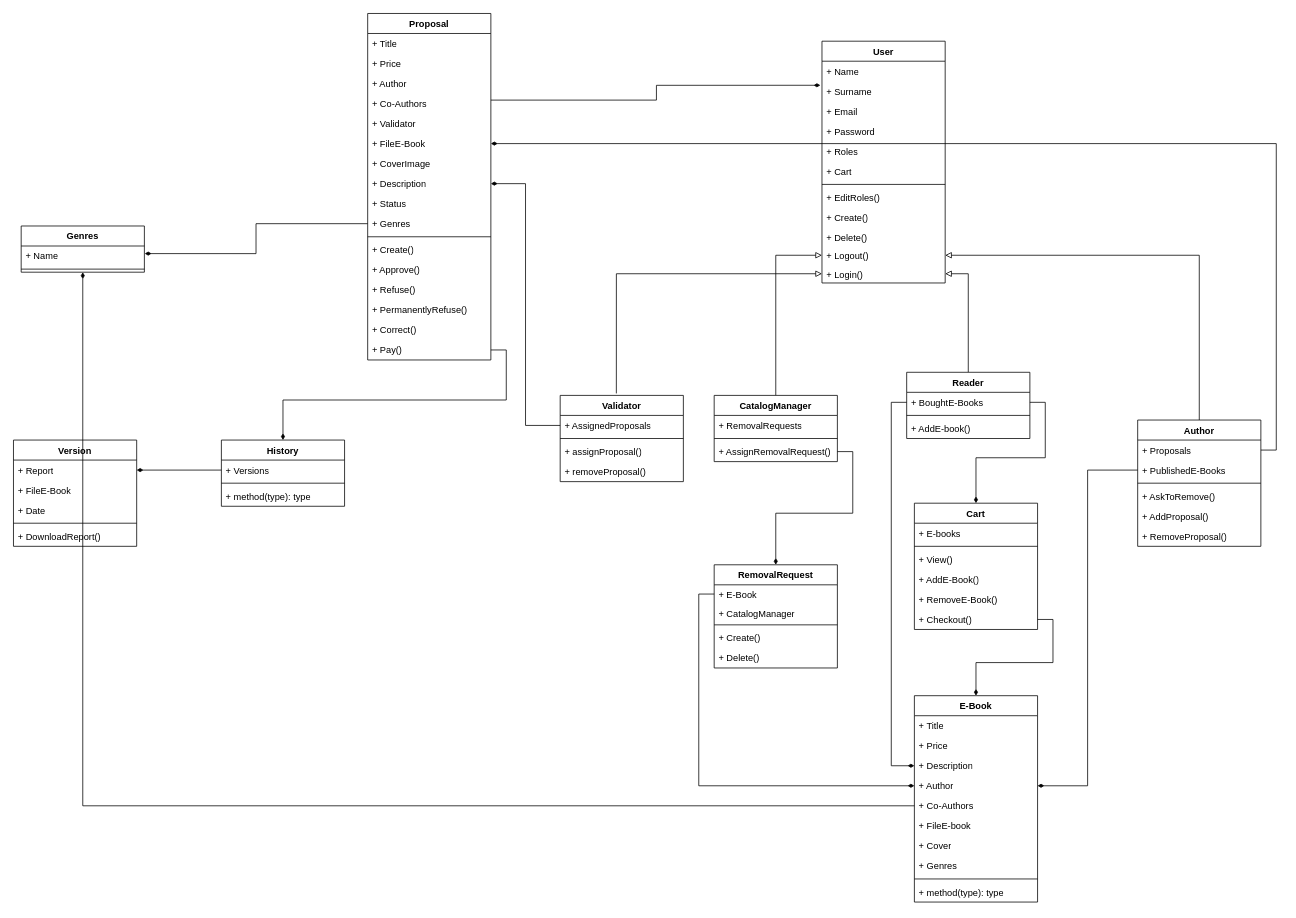
The draw.io diagram Deliverables/ClassDiagram.drawio in Dabi1290/BookVerse, before the edit. Source tidied: cells renumbered, new cells numbered last; positions are measured from the earlier drawing's top-left corner, leaving out a move shared by most shapes. Both pictures are drawn from the tidied source at 77%, with x=0, y=0 at pixel (13, 13).
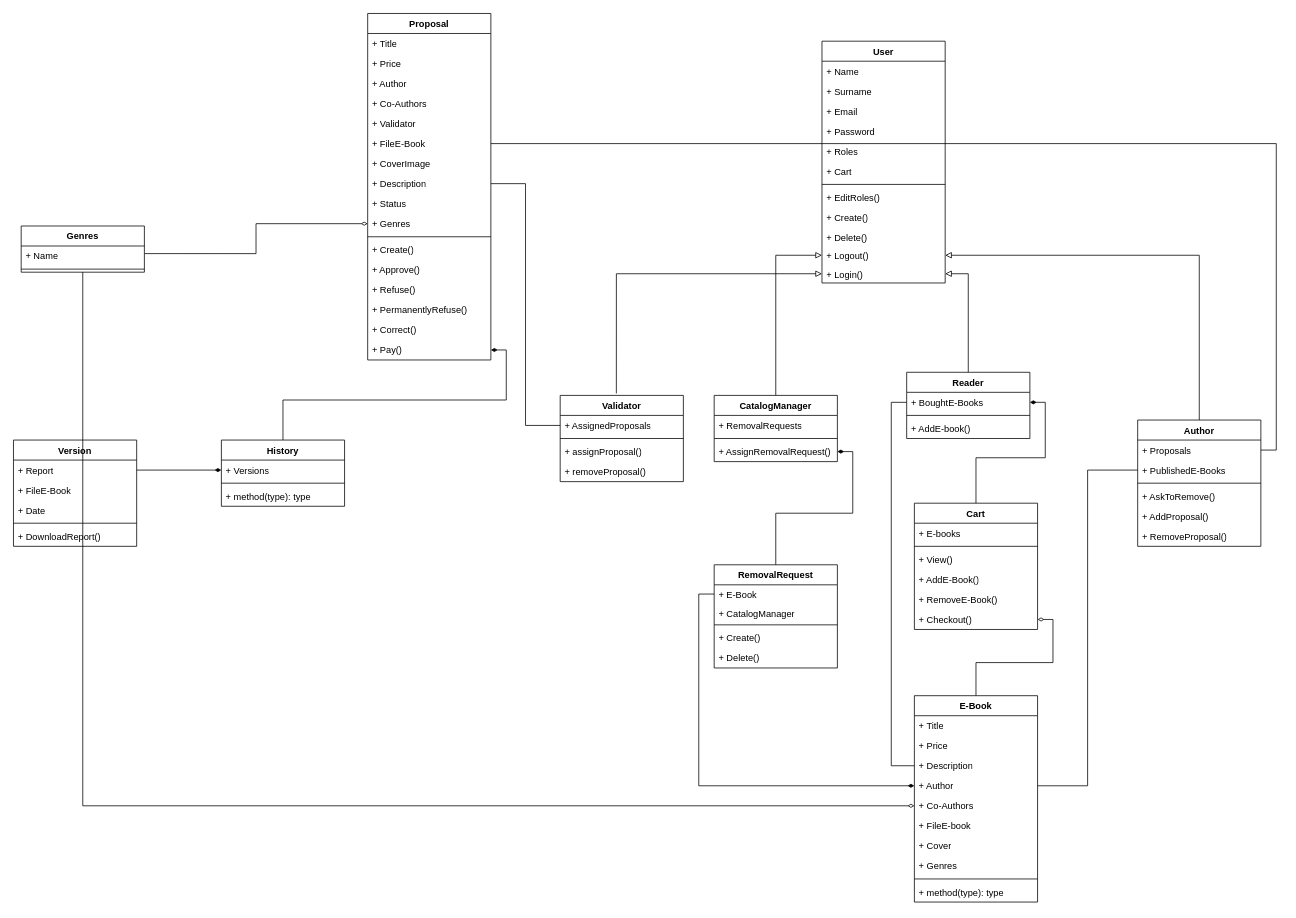
The same diagram, later.

The change refers to these unchanged cells:
```xml
<mxCell id="2" value="Proposal" style="swimlane;fontStyle=1;align=center;verticalAlign=top;horizontal=1;startSize=26;whiteSpace=wrap;html=1;" parent="1" vertex="1">
  <mxGeometry x="460" width="160" height="450" as="geometry" />
</mxCell>
<mxCell id="8" value="+ FileE-Book" style="text;strokeColor=none;fillColor=none;align=left;verticalAlign=top;spacingLeft=4;spacingRight=4;overflow=hidden;points=[[0,0.5],[1,0.5]];portConstraint=eastwest;whiteSpace=wrap;html=1;" parent="2" vertex="1">
  <mxGeometry y="156" width="160" height="26" as="geometry" />
</mxCell>
<mxCell id="10" value="+ Description" style="text;strokeColor=none;fillColor=none;align=left;verticalAlign=top;spacingLeft=4;spacingRight=4;overflow=hidden;points=[[0,0.5],[1,0.5]];portConstraint=eastwest;whiteSpace=wrap;html=1;" parent="2" vertex="1">
  <mxGeometry y="208" width="160" height="26" as="geometry" />
</mxCell>
<mxCell id="12" value="+ Genres" style="text;strokeColor=none;fillColor=none;align=left;verticalAlign=top;spacingLeft=4;spacingRight=4;overflow=hidden;points=[[0,0.5],[1,0.5]];portConstraint=eastwest;whiteSpace=wrap;html=1;" parent="2" vertex="1">
  <mxGeometry y="260" width="160" height="26" as="geometry" />
</mxCell>
<mxCell id="19" value="+ Pay()" style="text;strokeColor=none;fillColor=none;align=left;verticalAlign=top;spacingLeft=4;spacingRight=4;overflow=hidden;points=[[0,0.5],[1,0.5]];portConstraint=eastwest;whiteSpace=wrap;html=1;" parent="2" vertex="1">
  <mxGeometry y="424" width="160" height="26" as="geometry" />
</mxCell>
<mxCell id="20" value="History" style="swimlane;fontStyle=1;align=center;verticalAlign=top;horizontal=1;startSize=26;whiteSpace=wrap;html=1;" parent="1" vertex="1">
  <mxGeometry x="270" y="554" width="160" height="86" as="geometry" />
</mxCell>
<mxCell id="21" value="+ Versions" style="text;strokeColor=none;fillColor=none;align=left;verticalAlign=top;spacingLeft=4;spacingRight=4;overflow=hidden;points=[[0,0.5],[1,0.5]];portConstraint=eastwest;whiteSpace=wrap;html=1;" parent="20" vertex="1">
  <mxGeometry y="26" width="160" height="26" as="geometry" />
</mxCell>
<mxCell id="24" value="Cart" style="swimlane;fontStyle=1;align=center;verticalAlign=top;horizontal=1;startSize=26;whiteSpace=wrap;html=1;" parent="1" vertex="1">
  <mxGeometry x="1170" y="636" width="160" height="164" as="geometry" />
</mxCell>
<mxCell id="30" value="+ Checkout()" style="text;strokeColor=none;fillColor=none;align=left;verticalAlign=top;spacingLeft=4;spacingRight=4;overflow=hidden;points=[[0,0.5],[1,0.5]];portConstraint=eastwest;whiteSpace=wrap;html=1;" parent="24" vertex="1">
  <mxGeometry y="138" width="160" height="26" as="geometry" />
</mxCell>
<mxCell id="31" value="E-Book" style="swimlane;fontStyle=1;align=center;verticalAlign=top;horizontal=1;startSize=26;whiteSpace=wrap;html=1;" parent="1" vertex="1">
  <mxGeometry x="1170" y="886" width="160" height="268" as="geometry" />
</mxCell>
<mxCell id="34" value="+ Description" style="text;strokeColor=none;fillColor=none;align=left;verticalAlign=top;spacingLeft=4;spacingRight=4;overflow=hidden;points=[[0,0.5],[1,0.5]];portConstraint=eastwest;whiteSpace=wrap;html=1;" parent="31" vertex="1">
  <mxGeometry y="78" width="160" height="26" as="geometry" />
</mxCell>
<mxCell id="35" value="+ Author" style="text;strokeColor=none;fillColor=none;align=left;verticalAlign=top;spacingLeft=4;spacingRight=4;overflow=hidden;points=[[0,0.5],[1,0.5]];portConstraint=eastwest;whiteSpace=wrap;html=1;" parent="31" vertex="1">
  <mxGeometry y="104" width="160" height="26" as="geometry" />
</mxCell>
<mxCell id="36" value="+ Co-Authors" style="text;strokeColor=none;fillColor=none;align=left;verticalAlign=top;spacingLeft=4;spacingRight=4;overflow=hidden;points=[[0,0.5],[1,0.5]];portConstraint=eastwest;whiteSpace=wrap;html=1;" parent="31" vertex="1">
  <mxGeometry y="130" width="160" height="26" as="geometry" />
</mxCell>
<mxCell id="42" value="RemovalRequest" style="swimlane;fontStyle=1;align=center;verticalAlign=top;horizontal=1;startSize=26;whiteSpace=wrap;html=1;" parent="1" vertex="1">
  <mxGeometry x="910" y="716" width="160" height="134" as="geometry" />
</mxCell>
<mxCell id="48" value="Genres" style="swimlane;fontStyle=1;align=center;verticalAlign=top;horizontal=1;startSize=26;whiteSpace=wrap;html=1;" parent="1" vertex="1">
  <mxGeometry x="10" y="276" width="160" height="60" as="geometry" />
</mxCell>
<mxCell id="49" value="+ Name" style="text;strokeColor=none;fillColor=none;align=left;verticalAlign=top;spacingLeft=4;spacingRight=4;overflow=hidden;points=[[0,0.5],[1,0.5]];portConstraint=eastwest;whiteSpace=wrap;html=1;" parent="48" vertex="1">
  <mxGeometry y="26" width="160" height="26" as="geometry" />
</mxCell>
<mxCell id="52" value="+ Report" style="text;strokeColor=none;fillColor=none;align=left;verticalAlign=top;spacingLeft=4;spacingRight=4;overflow=hidden;points=[[0,0.5],[1,0.5]];portConstraint=eastwest;whiteSpace=wrap;html=1;" parent="51" vertex="1">
  <mxGeometry y="26" width="160" height="26" as="geometry" />
</mxCell>
<mxCell id="59" value="+ Surname" style="text;strokeColor=none;fillColor=none;align=left;verticalAlign=top;spacingLeft=4;spacingRight=4;overflow=hidden;points=[[0,0.5],[1,0.5]];portConstraint=eastwest;whiteSpace=wrap;html=1;" parent="57" vertex="1">
  <mxGeometry y="52" width="160" height="26" as="geometry" />
</mxCell>
<mxCell id="77" value="+ AssignedProposals" style="text;strokeColor=none;fillColor=none;align=left;verticalAlign=top;spacingLeft=4;spacingRight=4;overflow=hidden;points=[[0,0.5],[1,0.5]];portConstraint=eastwest;whiteSpace=wrap;html=1;" parent="76" vertex="1">
  <mxGeometry y="26" width="160" height="26" as="geometry" />
</mxCell>
<mxCell id="82" value="+ BoughtE-Books" style="text;strokeColor=none;fillColor=none;align=left;verticalAlign=top;spacingLeft=4;spacingRight=4;overflow=hidden;points=[[0,0.5],[1,0.5]];portConstraint=eastwest;whiteSpace=wrap;html=1;" parent="81" vertex="1">
  <mxGeometry y="26" width="160" height="26" as="geometry" />
</mxCell>
<mxCell id="86" value="+ Proposals" style="text;strokeColor=none;fillColor=none;align=left;verticalAlign=top;spacingLeft=4;spacingRight=4;overflow=hidden;points=[[0,0.5],[1,0.5]];portConstraint=eastwest;whiteSpace=wrap;html=1;" parent="85" vertex="1">
  <mxGeometry y="26" width="160" height="26" as="geometry" />
</mxCell>
<mxCell id="87" value="+ PublishedE-Books" style="text;strokeColor=none;fillColor=none;align=left;verticalAlign=top;spacingLeft=4;spacingRight=4;overflow=hidden;points=[[0,0.5],[1,0.5]];portConstraint=eastwest;whiteSpace=wrap;html=1;" parent="85" vertex="1">
  <mxGeometry y="52" width="160" height="26" as="geometry" />
</mxCell>
<mxCell id="96" value="+ AssignRemovalRequest()" style="text;strokeColor=none;fillColor=none;align=left;verticalAlign=top;spacingLeft=4;spacingRight=4;overflow=hidden;points=[[0,0.5],[1,0.5]];portConstraint=eastwest;whiteSpace=wrap;html=1;" parent="93" vertex="1">
  <mxGeometry y="60" width="160" height="26" as="geometry" />
</mxCell>
```

Diff of the diagram source:
```diff
@@
-    <mxCell id="70" style="edgeStyle=orthogonalEdgeStyle;rounded=0;jettySize=auto;html=1;exitX=1;exitY=0.25;exitDx=0;exitDy=0;entryX=-0.013;entryY=0.202;entryDx=0;entryDy=0;entryPerimeter=0;endArrow=diamondThin;endFill=1;" parent="1" edge="1" source="2" target="59">
-      <mxGeometry relative="1" as="geometry" />
-    </mxCell>
-    <mxCell id="71" style="edgeStyle=orthogonalEdgeStyle;rounded=0;jettySize=auto;html=1;exitX=1;exitY=0.5;exitDx=0;exitDy=0;entryX=0.5;entryY=0;entryDx=0;entryDy=0;endArrow=diamondThin;endFill=1;" parent="1" edge="1" source="19" target="20">
+    <mxCell id="71" style="edgeStyle=orthogonalEdgeStyle;rounded=0;jettySize=auto;html=1;exitX=1;exitY=0.5;exitDx=0;exitDy=0;entryX=0.5;entryY=0;entryDx=0;entryDy=0;endArrow=none;endFill=0;startArrow=diamondThin;startFill=1;" parent="1" edge="1" source="19" target="20">
       <mxGeometry relative="1" as="geometry" />
     </mxCell>
-    <mxCell id="72" style="edgeStyle=orthogonalEdgeStyle;rounded=0;jettySize=auto;html=1;exitX=1;exitY=0.5;exitDx=0;exitDy=0;entryX=0.5;entryY=0;entryDx=0;entryDy=0;endArrow=diamondThin;endFill=1;" parent="1" edge="1" source="30" target="31">
+    <mxCell id="72" style="edgeStyle=orthogonalEdgeStyle;rounded=0;jettySize=auto;html=1;exitX=1;exitY=0.5;exitDx=0;exitDy=0;entryX=0.5;entryY=0;entryDx=0;entryDy=0;endArrow=none;endFill=0;startArrow=diamondThin;startFill=0;" parent="1" edge="1" source="30" target="31">
       <mxGeometry relative="1" as="geometry" />
     </mxCell>
@@
-    <mxCell id="97" style="edgeStyle=orthogonalEdgeStyle;rounded=0;jettySize=auto;html=1;exitX=0;exitY=0.5;exitDx=0;exitDy=0;entryX=0;entryY=0.5;entryDx=0;entryDy=0;endArrow=diamondThin;endFill=1;" parent="1" edge="1" source="82" target="34">
+    <mxCell id="97" style="edgeStyle=orthogonalEdgeStyle;rounded=0;jettySize=auto;html=1;exitX=0;exitY=0.5;exitDx=0;exitDy=0;entryX=0;entryY=0.5;entryDx=0;entryDy=0;endArrow=none;endFill=0;" parent="1" edge="1" source="82" target="34">
       <mxGeometry relative="1" as="geometry" />
     </mxCell>
-    <mxCell id="98" style="edgeStyle=orthogonalEdgeStyle;rounded=0;jettySize=auto;html=1;exitX=1;exitY=0.5;exitDx=0;exitDy=0;entryX=0.5;entryY=0;entryDx=0;entryDy=0;endArrow=diamondThin;endFill=1;" parent="1" edge="1" source="82" target="24">
+    <mxCell id="98" style="edgeStyle=orthogonalEdgeStyle;rounded=0;jettySize=auto;html=1;exitX=1;exitY=0.5;exitDx=0;exitDy=0;entryX=0.5;entryY=0;entryDx=0;entryDy=0;endArrow=none;endFill=0;startArrow=diamondThin;startFill=1;" parent="1" edge="1" source="82" target="24">
       <mxGeometry relative="1" as="geometry" />
     </mxCell>
-    <mxCell id="99" style="edgeStyle=orthogonalEdgeStyle;rounded=0;jettySize=auto;html=1;exitX=0;exitY=0.5;exitDx=0;exitDy=0;entryX=0.5;entryY=1;entryDx=0;entryDy=0;endArrow=diamondThin;endFill=1;" parent="1" edge="1" source="36" target="48">
+    <mxCell id="99" style="edgeStyle=orthogonalEdgeStyle;rounded=0;jettySize=auto;html=1;exitX=0;exitY=0.5;exitDx=0;exitDy=0;entryX=0.5;entryY=1;entryDx=0;entryDy=0;endArrow=none;endFill=0;startArrow=diamondThin;startFill=0;" parent="1" edge="1" source="36" target="48">
       <mxGeometry relative="1" as="geometry">
         <Array as="points">
           <mxPoint x="90" y="1029" />
         </Array>
       </mxGeometry>
     </mxCell>
@@
-    <mxCell id="101" style="edgeStyle=orthogonalEdgeStyle;rounded=0;jettySize=auto;html=1;exitX=0;exitY=0.5;exitDx=0;exitDy=0;entryX=1.003;entryY=0.379;entryDx=0;entryDy=0;entryPerimeter=0;endArrow=diamondThin;endFill=1;" parent="1" edge="1" source="12" target="49">
+    <mxCell id="101" style="edgeStyle=orthogonalEdgeStyle;rounded=0;jettySize=auto;html=1;exitX=0;exitY=0.5;exitDx=0;exitDy=0;entryX=1.003;entryY=0.379;entryDx=0;entryDy=0;entryPerimeter=0;endArrow=none;endFill=0;startArrow=diamondThin;startFill=0;" parent="1" edge="1" source="12" target="49">
       <mxGeometry relative="1" as="geometry" />
     </mxCell>
-    <mxCell id="102" style="edgeStyle=orthogonalEdgeStyle;rounded=0;jettySize=auto;html=1;exitX=0;exitY=0.5;exitDx=0;exitDy=0;entryX=1;entryY=0.5;entryDx=0;entryDy=0;endArrow=diamondThin;endFill=1;" parent="1" edge="1" source="21" target="52">
+    <mxCell id="102" style="edgeStyle=orthogonalEdgeStyle;rounded=0;jettySize=auto;html=1;exitX=0;exitY=0.5;exitDx=0;exitDy=0;entryX=1;entryY=0.5;entryDx=0;entryDy=0;endArrow=none;endFill=0;startArrow=diamondThin;startFill=1;" parent="1" edge="1" source="21" target="52">
       <mxGeometry relative="1" as="geometry" />
     </mxCell>
-    <mxCell id="103" style="edgeStyle=orthogonalEdgeStyle;rounded=0;jettySize=auto;html=1;exitX=1;exitY=0.5;exitDx=0;exitDy=0;entryX=0.5;entryY=0;entryDx=0;entryDy=0;endArrow=diamondThin;endFill=1;" parent="1" edge="1" source="96" target="42">
+    <mxCell id="103" style="edgeStyle=orthogonalEdgeStyle;rounded=0;jettySize=auto;html=1;exitX=1;exitY=0.5;exitDx=0;exitDy=0;entryX=0.5;entryY=0;entryDx=0;entryDy=0;endArrow=none;endFill=0;startArrow=diamondThin;startFill=1;" parent="1" edge="1" source="96" target="42">
       <mxGeometry relative="1" as="geometry" />
     </mxCell>
-    <mxCell id="104" style="edgeStyle=orthogonalEdgeStyle;rounded=0;jettySize=auto;html=1;exitX=1;exitY=0.5;exitDx=0;exitDy=0;entryX=1;entryY=0.5;entryDx=0;entryDy=0;endArrow=diamondThin;endFill=1;" parent="1" edge="1" source="86" target="8">
+    <mxCell id="104" style="edgeStyle=orthogonalEdgeStyle;rounded=0;jettySize=auto;html=1;exitX=1;exitY=0.5;exitDx=0;exitDy=0;entryX=1;entryY=0.5;entryDx=0;entryDy=0;endArrow=none;endFill=0;" parent="1" edge="1" source="86" target="8">
       <mxGeometry relative="1" as="geometry" />
     </mxCell>
-    <mxCell id="105" style="edgeStyle=orthogonalEdgeStyle;rounded=0;jettySize=auto;html=1;exitX=0;exitY=0.5;exitDx=0;exitDy=0;entryX=1;entryY=0.5;entryDx=0;entryDy=0;endArrow=diamondThin;endFill=1;" parent="1" edge="1" source="87" target="35">
+    <mxCell id="105" style="edgeStyle=orthogonalEdgeStyle;rounded=0;jettySize=auto;html=1;exitX=0;exitY=0.5;exitDx=0;exitDy=0;entryX=1;entryY=0.5;entryDx=0;entryDy=0;endArrow=none;endFill=0;" parent="1" edge="1" source="87" target="35">
       <mxGeometry relative="1" as="geometry" />
     </mxCell>
-    <mxCell id="106" style="edgeStyle=orthogonalEdgeStyle;rounded=0;jettySize=auto;html=1;exitX=0;exitY=0.5;exitDx=0;exitDy=0;entryX=1;entryY=0.5;entryDx=0;entryDy=0;endArrow=diamondThin;endFill=1;" parent="1" edge="1" source="77" target="10">
+    <mxCell id="106" style="edgeStyle=orthogonalEdgeStyle;rounded=0;jettySize=auto;html=1;exitX=0;exitY=0.5;exitDx=0;exitDy=0;entryX=1;entryY=0.5;entryDx=0;entryDy=0;endArrow=none;endFill=0;" parent="1" edge="1" source="77" target="10">
       <mxGeometry relative="1" as="geometry" />
     </mxCell>
```
